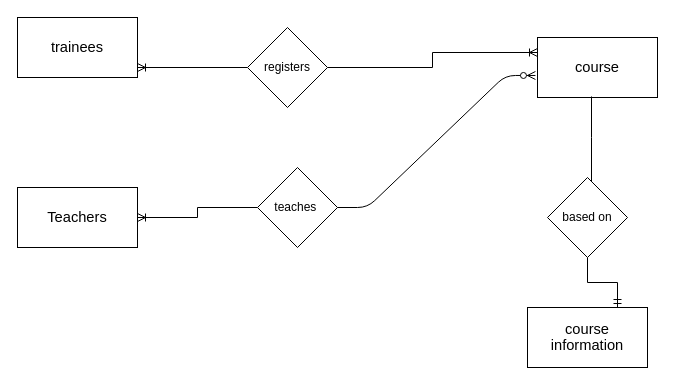
Above: d1/Untitled Diagram.drawio in nur1208/test (draw.io), before the change. Source tidied: cells renumbered, new cells numbered last; positions are measured from the earlier drawing's top-left corner, leaving out a move shared by most shapes. Both pictures are drawn from the tidied source at 100%, with x=0, y=0 at pixel (17, 17).
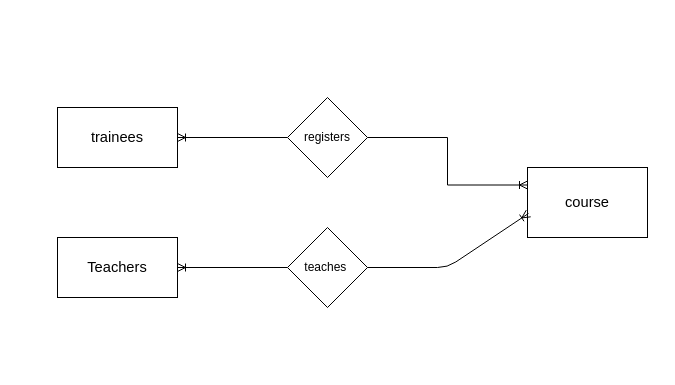
Above is the later version.

Change to the diagram source:
```diff
@@
 <mxGraphModel>
   <root>
     <mxCell id="0" />
     <mxCell id="1" parent="0" />
     <mxCell id="2" value="&lt;span style=&quot;font-size: 11pt ; line-height: 107% ; font-family: &amp;#34;calibri&amp;#34; , sans-serif&quot;&gt;trainees&lt;/span&gt;&lt;span style=&quot;font-size: 11.0pt ; line-height: 107% ; font-family: &amp;#34;calibri&amp;#34; , sans-serif&quot;&gt;&lt;/span&gt;" style="rounded=0;whiteSpace=wrap;html=1;" parent="1" vertex="1">
-      <mxGeometry width="120" height="60" as="geometry" />
+      <mxGeometry x="40" y="90" width="120" height="60" as="geometry" />
     </mxCell>
     <mxCell id="3" style="edgeStyle=orthogonalEdgeStyle;rounded=0;jettySize=auto;html=1;endArrow=none;endFill=0;startArrow=ERoneToMany;startFill=0;" parent="1" edge="1" source="4" target="13">
       <mxGeometry relative="1" as="geometry" />
     </mxCell>
     <mxCell id="4" value="&lt;span style=&quot;font-size: 11pt ; line-height: 107% ; font-family: &amp;#34;calibri&amp;#34; , sans-serif ; background-color: rgb(255 , 255 , 255)&quot;&gt;Teachers&lt;/span&gt;" style="rounded=0;whiteSpace=wrap;html=1;" parent="1" vertex="1">
-      <mxGeometry y="170" width="120" height="60" as="geometry" />
+      <mxGeometry x="40" y="220" width="120" height="60" as="geometry" />
     </mxCell>
     <mxCell id="5" value="&lt;span style=&quot;font-size: 11pt ; line-height: 107% ; font-family: &amp;#34;calibri&amp;#34; , sans-serif ; background-color: rgb(255 , 255 , 255)&quot;&gt;course&lt;/span&gt;&lt;span style=&quot;font-size: 11.0pt ; line-height: 107% ; font-family: &amp;#34;calibri&amp;#34; , sans-serif&quot;&gt;&lt;/span&gt;" style="whiteSpace=wrap;html=1;" parent="1" vertex="1">
-      <mxGeometry x="520" y="20" width="120" height="60" as="geometry" />
+      <mxGeometry x="510" y="150" width="120" height="70" as="geometry" />
     </mxCell>
-    <mxCell id="6" value="&lt;span style=&quot;font-size: 11pt ; line-height: 107% ; font-family: &amp;#34;calibri&amp;#34; , sans-serif ; background-color: rgb(255 , 255 , 255)&quot;&gt;course information&lt;/span&gt;" style="whiteSpace=wrap;html=1;" parent="1" vertex="1">
-      <mxGeometry x="510" y="290" width="120" height="60" as="geometry" />
-    </mxCell>
-    <mxCell id="7" style="edgeStyle=orthogonalEdgeStyle;rounded=0;jettySize=auto;html=1;endArrow=none;endFill=0;entryX=0.45;entryY=0.983;entryDx=0;entryDy=0;entryPerimeter=0;" parent="1" edge="1" source="9" target="5">
-      <mxGeometry relative="1" as="geometry">
-        <Array as="points">
-          <mxPoint x="574" y="120" />
-          <mxPoint x="574" y="120" />
-        </Array>
-      </mxGeometry>
-    </mxCell>
-    <mxCell id="8" style="edgeStyle=orthogonalEdgeStyle;rounded=0;jettySize=auto;html=1;entryX=0.75;entryY=0;entryDx=0;entryDy=0;endArrow=ERmandOne;endFill=0;" parent="1" edge="1" source="9" target="6">
-      <mxGeometry relative="1" as="geometry" />
-    </mxCell>
-    <mxCell id="9" value="based on" style="rhombus;whiteSpace=wrap;html=1;" parent="1" vertex="1">
-      <mxGeometry x="530" y="160" width="80" height="80" as="geometry" />
-    </mxCell>
     <mxCell id="10" style="edgeStyle=orthogonalEdgeStyle;rounded=0;jettySize=auto;html=1;endArrow=ERoneToMany;endFill=0;" parent="1" edge="1" source="12" target="2">
       <mxGeometry relative="1" as="geometry">
         <Array as="points">
-          <mxPoint x="115" y="50" />
-          <mxPoint x="115" y="40" />
+          <mxPoint x="100" y="120" />
+          <mxPoint x="100" y="120" />
         </Array>
       </mxGeometry>
     </mxCell>
     <mxCell id="11" style="edgeStyle=orthogonalEdgeStyle;rounded=0;jettySize=auto;html=1;endArrow=ERoneToMany;endFill=0;entryX=0;entryY=0.25;entryDx=0;entryDy=0;" parent="1" edge="1" source="12" target="5">
       <mxGeometry relative="1" as="geometry" />
     </mxCell>
     <mxCell id="12" value="registers" style="rhombus;whiteSpace=wrap;html=1;" parent="1" vertex="1">
-      <mxGeometry x="230" y="10" width="80" height="80" as="geometry" />
+      <mxGeometry x="270" y="80" width="80" height="80" as="geometry" />
     </mxCell>
     <mxCell id="13" value="teaches&amp;nbsp;" style="rhombus;whiteSpace=wrap;html=1;" parent="1" vertex="1">
-      <mxGeometry x="240" y="150" width="80" height="80" as="geometry" />
+      <mxGeometry x="270" y="210" width="80" height="80" as="geometry" />
     </mxCell>
-    <mxCell id="14" style="edgeStyle=entityRelationEdgeStyle;fontSize=12;html=1;endArrow=ERzeroToMany;endFill=1;exitX=1;exitY=0.5;exitDx=0;exitDy=0;entryX=-0.017;entryY=0.633;entryDx=0;entryDy=0;entryPerimeter=0;" parent="1" edge="1" source="13" target="5">
-      <mxGeometry relative="1" as="geometry" />
+    <mxCell id="14" style="endArrow=ERoneToMany;html=1;entryX=0.008;entryY=0.657;entryDx=0;entryDy=0;entryPerimeter=0;exitX=1;exitY=0.5;exitDx=0;exitDy=0;endFill=0;" parent="1" edge="1" source="13" target="5">
+      <mxGeometry relative="1" as="geometry">
+        <Array as="points">
+          <mxPoint x="430" y="250" />
+        </Array>
+      </mxGeometry>
     </mxCell>
   </root>
 </mxGraphModel>
```
